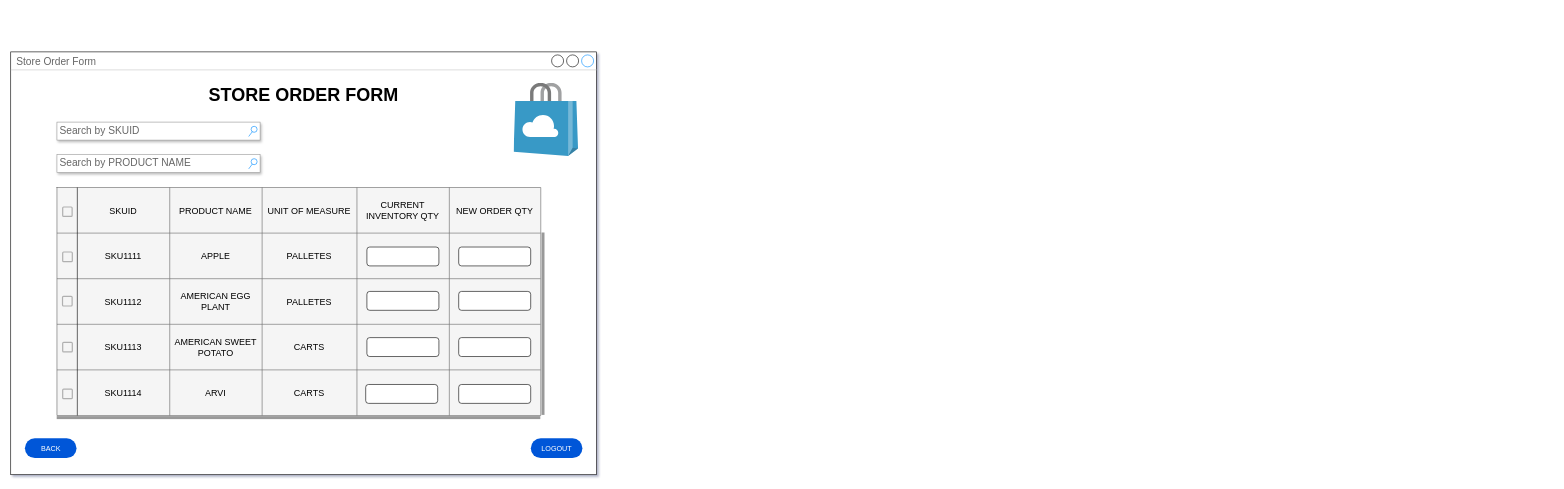
The draw.io diagram Untitled Diagram.drawio in nahorh/grocery_wireframes, before the edit. Source tidied: cells renumbered, new cells numbered last; positions are measured from the earlier drawing's top-left corner, leaving out a move shared by most shapes. Both pictures are drawn from the tidied source at 60%, with x=0, y=0 at pixel (10, 52).
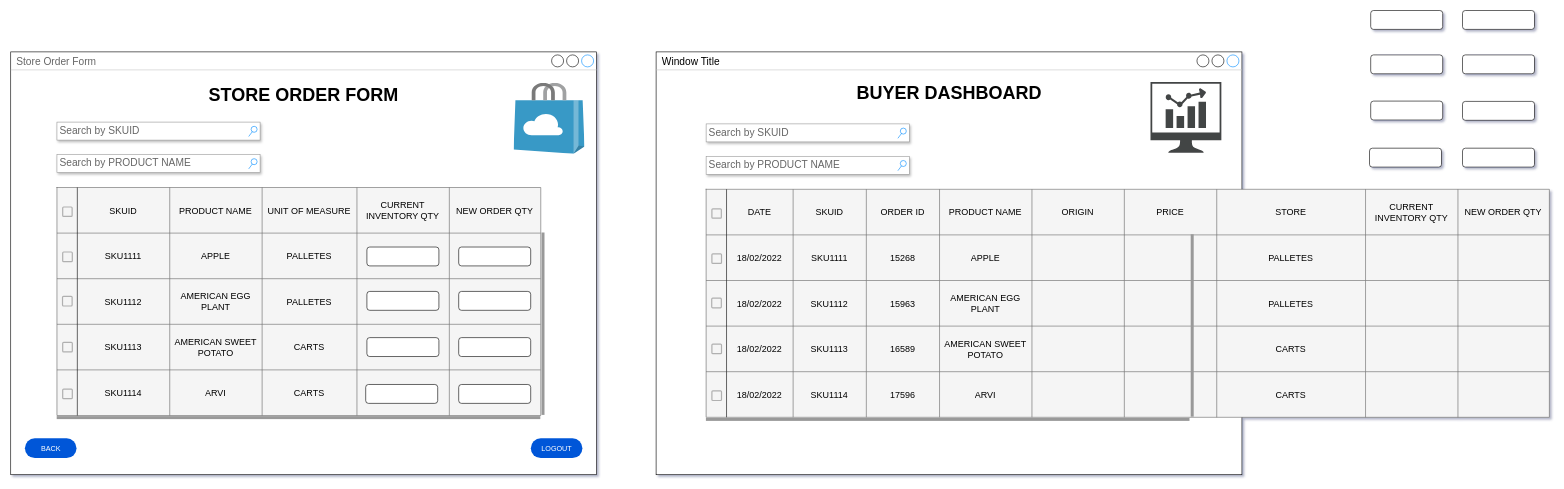
Above is the later version.

The change refers to these unchanged cells:
```xml
<mxCell id="7" style="group;" parent="1" vertex="1">
  <mxGeometry x="77" y="117" width="869.4" height="495" as="geometry" />
</mxCell>
```

Change to the diagram source:
```diff
@@
     <mxCell id="55" style="sketch=0;html=1;align=center;image;fontSize=12;image=img/lib/mscae/Store_Marketplace.svg;rounded=0;shadow=0;fontColor=#0057D8;fillColor=#B3B3B3;gradientColor=none;" parent="7" vertex="1">
-      <mxGeometry x="762" y="-65" width="107.4" height="122" as="geometry" />
+      <mxGeometry x="762" y="-65" width="118.1" height="118.1" as="geometry" />
     </mxCell>
@@
+    <mxCell id="58" value="Window Title" style="strokeWidth=1;shadow=0;dashed=0;align=center;html=1;shape=mxgraph.mockup.containers.window;align=left;verticalAlign=top;spacingLeft=8;strokeColor2=#008cff;strokeColor3=#c4c4c4;mainText=;fontSize=17;labelBackgroundColor=none;rounded=0;sketch=0;" parent="1" vertex="1">
+      <mxGeometry x="1076" width="976.4" height="704.7" as="geometry" />
+    </mxCell>
+    <mxCell id="59" value="&lt;font style=&quot;font-size: 30px&quot;&gt;&lt;b&gt;BUYER DASHBOARD&lt;/b&gt;&lt;/font&gt;" style="text;html=1;strokeColor=none;fillColor=none;align=center;verticalAlign=middle;whiteSpace=wrap;rounded=0;shadow=1;" parent="1" vertex="1">
+      <mxGeometry x="1099.6" y="53" width="929.1" height="30" as="geometry" />
+    </mxCell>
+    <mxCell id="60" style="sketch=0;shadow=0;dashed=0;html=1;strokeColor=none;fillColor=#434445;labelPosition=center;verticalLabelPosition=bottom;verticalAlign=top;align=center;shape=mxgraph.vvd.nsx_dashboard;rounded=0;fontSize=15;fontColor=#0057D8;" parent="1" vertex="1">
+      <mxGeometry x="1900" y="50" width="118.1" height="118.1" as="geometry" />
+    </mxCell>
+    <mxCell id="61" value="Search by SKUID" style="strokeWidth=1;shadow=1;dashed=0;align=center;html=1;shape=mxgraph.mockup.forms.searchBox;strokeColor=#999999;mainText=;strokeColor2=#008cff;fontColor=#666666;fontSize=17;align=left;spacingLeft=3;" parent="1" vertex="1">
+      <mxGeometry x="1159.4" y="120" width="338.6" height="30" as="geometry" />
+    </mxCell>
+    <mxCell id="62" value="Search by PRODUCT NAME" style="strokeWidth=1;shadow=1;dashed=0;align=center;html=1;shape=mxgraph.mockup.forms.searchBox;strokeColor=#999999;mainText=;strokeColor2=#008cff;fontColor=#666666;fontSize=17;align=left;spacingLeft=3;" parent="1" vertex="1">
+      <mxGeometry x="1159.4" y="174" width="338.6" height="30" as="geometry" />
+    </mxCell>
+    <mxCell id="63" style="shape=table;startSize=0;childLayout=tableLayout;fontSize=15;fillColor=#f5f5f5;strokeColor=#666666;fontColor=#333333;rounded=0;" parent="1" vertex="1">
+      <mxGeometry x="1159.4" y="229" width="1405.4" height="380" as="geometry" />
+    </mxCell>
+    <mxCell id="64" style="shape=tableRow;horizontal=0;startSize=34;swimlaneHead=0;swimlaneBody=0;top=0;left=0;bottom=0;right=0;fillColor=none;fontSize=15;" parent="63" vertex="1">
+      <mxGeometry width="1405.4" height="76" as="geometry" />
+    </mxCell>
+    <mxCell id="65" value="DATE" style="shape=partialRectangle;html=1;whiteSpace=wrap;overflow=hidden;fillColor=none;top=0;left=0;bottom=0;right=0;fontSize=15;" parent="64" vertex="1">
+      <mxGeometry x="34" width="111" height="76" as="geometry" />
+    </mxCell>
+    <mxCell id="66" value="SKUID" style="shape=partialRectangle;html=1;whiteSpace=wrap;overflow=hidden;fillColor=none;top=0;left=0;bottom=0;right=0;fontSize=15;" parent="64" vertex="1">
+      <mxGeometry x="145" width="122" height="76" as="geometry" />
+    </mxCell>
+    <mxCell id="67" value="ORDER ID" style="shape=partialRectangle;html=1;whiteSpace=wrap;overflow=hidden;fillColor=none;top=0;left=0;bottom=0;right=0;fontSize=15;" parent="64" vertex="1">
+      <mxGeometry x="267" width="122" height="76" as="geometry" />
+    </mxCell>
+    <mxCell id="68" value="PRODUCT NAME" style="shape=partialRectangle;html=1;whiteSpace=wrap;overflow=hidden;fillColor=none;top=0;left=0;bottom=0;right=0;fontSize=15;" parent="64" vertex="1">
+      <mxGeometry x="389" width="154" height="76" as="geometry" />
+    </mxCell>
+    <mxCell id="69" value="ORIGIN" style="shape=partialRectangle;html=1;whiteSpace=wrap;overflow=hidden;fillColor=none;top=0;left=0;bottom=0;right=0;fontSize=15;" parent="64" vertex="1">
+      <mxGeometry x="543" width="154" height="76" as="geometry" />
+    </mxCell>
+    <mxCell id="70" value="PRICE" style="shape=partialRectangle;html=1;whiteSpace=wrap;overflow=hidden;fillColor=none;top=0;left=0;bottom=0;right=0;fontSize=15;" parent="64" vertex="1">
+      <mxGeometry x="697" width="154" height="76" as="geometry" />
+    </mxCell>
+    <mxCell id="71" value="STORE" style="shape=partialRectangle;html=1;whiteSpace=wrap;overflow=hidden;fillColor=none;top=0;left=0;bottom=0;right=0;fontSize=15;" parent="64" vertex="1">
+      <mxGeometry x="851" width="248" height="76" as="geometry" />
+    </mxCell>
+    <mxCell id="72" value="CURRENT INVENTORY QTY" style="shape=partialRectangle;html=1;whiteSpace=wrap;overflow=hidden;fillColor=none;top=0;left=0;bottom=0;right=0;fontSize=15;" parent="64" vertex="1">
+      <mxGeometry x="1099" width="154" height="76" as="geometry" />
+    </mxCell>
+    <mxCell id="73" value="NEW ORDER QTY" style="shape=partialRectangle;html=1;whiteSpace=wrap;overflow=hidden;fillColor=none;top=0;left=0;bottom=0;right=0;fontSize=15;" parent="64" vertex="1">
+      <mxGeometry x="1253" width="152" height="76" as="geometry" />
+    </mxCell>
+    <mxCell id="74" style="shape=tableRow;horizontal=0;startSize=34;swimlaneHead=0;swimlaneBody=0;top=0;left=0;bottom=0;right=0;fillColor=none;fontSize=15;" parent="63" vertex="1">
+      <mxGeometry y="76" width="1405.4" height="76" as="geometry" />
+    </mxCell>
+    <mxCell id="75" value="18/02/2022" style="shape=partialRectangle;html=1;whiteSpace=wrap;overflow=hidden;fillColor=none;top=0;left=0;bottom=0;right=0;fontSize=15;" parent="74" vertex="1">
+      <mxGeometry x="34" width="111" height="76" as="geometry" />
+    </mxCell>
+    <mxCell id="76" value="SKU1111" style="shape=partialRectangle;html=1;whiteSpace=wrap;overflow=hidden;fillColor=none;top=0;left=0;bottom=0;right=0;fontSize=15;" parent="74" vertex="1">
+      <mxGeometry x="145" width="122" height="76" as="geometry" />
+    </mxCell>
+    <mxCell id="77" value="15268" style="shape=partialRectangle;html=1;whiteSpace=wrap;overflow=hidden;fillColor=none;top=0;left=0;bottom=0;right=0;fontSize=15;" parent="74" vertex="1">
+      <mxGeometry x="267" width="122" height="76" as="geometry" />
+    </mxCell>
+    <mxCell id="78" value="APPLE" style="shape=partialRectangle;html=1;whiteSpace=wrap;overflow=hidden;fillColor=none;top=0;left=0;bottom=0;right=0;fontSize=15;" parent="74" vertex="1">
+      <mxGeometry x="389" width="154" height="76" as="geometry" />
+    </mxCell>
+    <mxCell id="79" style="shape=partialRectangle;html=1;whiteSpace=wrap;overflow=hidden;fillColor=none;top=0;left=0;bottom=0;right=0;fontSize=15;" parent="74" vertex="1">
+      <mxGeometry x="543" width="154" height="76" as="geometry" />
+    </mxCell>
+    <mxCell id="80" style="shape=partialRectangle;html=1;whiteSpace=wrap;overflow=hidden;fillColor=none;top=0;left=0;bottom=0;right=0;fontSize=15;" parent="74" vertex="1">
+      <mxGeometry x="697" width="154" height="76" as="geometry" />
+    </mxCell>
+    <mxCell id="81" value="PALLETES" style="shape=partialRectangle;html=1;whiteSpace=wrap;overflow=hidden;fillColor=none;top=0;left=0;bottom=0;right=0;fontSize=15;" parent="74" vertex="1">
+      <mxGeometry x="851" width="248" height="76" as="geometry" />
+    </mxCell>
+    <mxCell id="82" style="shape=partialRectangle;html=1;whiteSpace=wrap;overflow=hidden;fillColor=none;top=0;left=0;bottom=0;right=0;fontSize=15;" parent="74" vertex="1">
+      <mxGeometry x="1099" width="154" height="76" as="geometry" />
+    </mxCell>
+    <mxCell id="83" style="shape=partialRectangle;html=1;whiteSpace=wrap;overflow=hidden;fillColor=none;top=0;left=0;bottom=0;right=0;fontSize=15;" parent="74" vertex="1">
+      <mxGeometry x="1253" width="152" height="76" as="geometry" />
+    </mxCell>
+    <mxCell id="84" style="shape=tableRow;horizontal=0;startSize=34;swimlaneHead=0;swimlaneBody=0;top=0;left=0;bottom=0;right=0;fillColor=none;fontSize=15;" parent="63" vertex="1">
+      <mxGeometry y="152" width="1405.4" height="76" as="geometry" />
+    </mxCell>
+    <mxCell id="85" value="18/02/2022" style="shape=partialRectangle;html=1;whiteSpace=wrap;overflow=hidden;fillColor=none;top=0;left=0;bottom=0;right=0;fontSize=15;" parent="84" vertex="1">
+      <mxGeometry x="34" width="111" height="76" as="geometry" />
+    </mxCell>
+    <mxCell id="86" value="SKU1112" style="shape=partialRectangle;html=1;whiteSpace=wrap;overflow=hidden;fillColor=none;top=0;left=0;bottom=0;right=0;fontSize=15;" parent="84" vertex="1">
+      <mxGeometry x="145" width="122" height="76" as="geometry" />
+    </mxCell>
+    <mxCell id="87" value="15963" style="shape=partialRectangle;html=1;whiteSpace=wrap;overflow=hidden;fillColor=none;top=0;left=0;bottom=0;right=0;fontSize=15;" parent="84" vertex="1">
+      <mxGeometry x="267" width="122" height="76" as="geometry" />
+    </mxCell>
+    <mxCell id="88" value="AMERICAN EGG PLANT" style="shape=partialRectangle;html=1;whiteSpace=wrap;overflow=hidden;fillColor=none;top=0;left=0;bottom=0;right=0;fontSize=15;" parent="84" vertex="1">
+      <mxGeometry x="389" width="154" height="76" as="geometry" />
+    </mxCell>
+    <mxCell id="89" style="shape=partialRectangle;html=1;whiteSpace=wrap;overflow=hidden;fillColor=none;top=0;left=0;bottom=0;right=0;fontSize=15;" parent="84" vertex="1">
+      <mxGeometry x="543" width="154" height="76" as="geometry" />
+    </mxCell>
+    <mxCell id="90" style="shape=partialRectangle;html=1;whiteSpace=wrap;overflow=hidden;fillColor=none;top=0;left=0;bottom=0;right=0;fontSize=15;" parent="84" vertex="1">
+      <mxGeometry x="697" width="154" height="76" as="geometry" />
+    </mxCell>
+    <mxCell id="91" value="PALLETES" style="shape=partialRectangle;html=1;whiteSpace=wrap;overflow=hidden;fillColor=none;top=0;left=0;bottom=0;right=0;fontSize=15;" parent="84" vertex="1">
+      <mxGeometry x="851" width="248" height="76" as="geometry" />
+    </mxCell>
+    <mxCell id="92" style="shape=partialRectangle;html=1;whiteSpace=wrap;overflow=hidden;fillColor=none;top=0;left=0;bottom=0;right=0;fontSize=15;" parent="84" vertex="1">
+      <mxGeometry x="1099" width="154" height="76" as="geometry" />
+    </mxCell>
+    <mxCell id="93" style="shape=partialRectangle;html=1;whiteSpace=wrap;overflow=hidden;fillColor=none;top=0;left=0;bottom=0;right=0;fontSize=15;" parent="84" vertex="1">
+      <mxGeometry x="1253" width="152" height="76" as="geometry" />
+    </mxCell>
+    <mxCell id="94" style="shape=tableRow;horizontal=0;startSize=34;swimlaneHead=0;swimlaneBody=0;top=0;left=0;bottom=0;right=0;fillColor=none;fontSize=15;" parent="63" vertex="1">
+      <mxGeometry y="228" width="1405.4" height="76" as="geometry" />
+    </mxCell>
+    <mxCell id="95" value="&lt;span&gt;18/02/2022&lt;/span&gt;" style="shape=partialRectangle;html=1;whiteSpace=wrap;overflow=hidden;fillColor=none;top=0;left=0;bottom=0;right=0;fontSize=15;" parent="94" vertex="1">
+      <mxGeometry x="34" width="111" height="76" as="geometry" />
+    </mxCell>
+    <mxCell id="96" value="SKU1113" style="shape=partialRectangle;html=1;whiteSpace=wrap;overflow=hidden;fillColor=none;top=0;left=0;bottom=0;right=0;fontSize=15;" parent="94" vertex="1">
+      <mxGeometry x="145" width="122" height="76" as="geometry" />
+    </mxCell>
+    <mxCell id="97" value="16589" style="shape=partialRectangle;html=1;whiteSpace=wrap;overflow=hidden;fillColor=none;top=0;left=0;bottom=0;right=0;fontSize=15;" parent="94" vertex="1">
+      <mxGeometry x="267" width="122" height="76" as="geometry" />
+    </mxCell>
+    <mxCell id="98" value="AMERICAN SWEET POTATO" style="shape=partialRectangle;html=1;whiteSpace=wrap;overflow=hidden;fillColor=none;top=0;left=0;bottom=0;right=0;fontSize=15;" parent="94" vertex="1">
+      <mxGeometry x="389" width="154" height="76" as="geometry" />
+    </mxCell>
+    <mxCell id="99" style="shape=partialRectangle;html=1;whiteSpace=wrap;overflow=hidden;fillColor=none;top=0;left=0;bottom=0;right=0;fontSize=15;" parent="94" vertex="1">
+      <mxGeometry x="543" width="154" height="76" as="geometry" />
+    </mxCell>
+    <mxCell id="100" style="shape=partialRectangle;html=1;whiteSpace=wrap;overflow=hidden;fillColor=none;top=0;left=0;bottom=0;right=0;fontSize=15;" parent="94" vertex="1">
+      <mxGeometry x="697" width="154" height="76" as="geometry" />
+    </mxCell>
+    <mxCell id="101" value="&lt;span&gt;CARTS&lt;/span&gt;" style="shape=partialRectangle;html=1;whiteSpace=wrap;overflow=hidden;fillColor=none;top=0;left=0;bottom=0;right=0;fontSize=15;" parent="94" vertex="1">
+      <mxGeometry x="851" width="248" height="76" as="geometry" />
+    </mxCell>
+    <mxCell id="102" style="shape=partialRectangle;html=1;whiteSpace=wrap;overflow=hidden;fillColor=none;top=0;left=0;bottom=0;right=0;fontSize=15;" parent="94" vertex="1">
+      <mxGeometry x="1099" width="154" height="76" as="geometry" />
+    </mxCell>
+    <mxCell id="103" style="shape=partialRectangle;html=1;whiteSpace=wrap;overflow=hidden;fillColor=none;top=0;left=0;bottom=0;right=0;fontSize=15;" parent="94" vertex="1">
+      <mxGeometry x="1253" width="152" height="76" as="geometry" />
+    </mxCell>
+    <mxCell id="104" style="shape=tableRow;horizontal=0;startSize=34;swimlaneHead=0;swimlaneBody=0;top=0;left=0;bottom=0;right=0;fillColor=none;fontSize=15;" parent="63" vertex="1">
+      <mxGeometry y="304" width="1405.4" height="76" as="geometry" />
+    </mxCell>
+    <mxCell id="105" value="&lt;span&gt;18/02/2022&lt;/span&gt;" style="shape=partialRectangle;html=1;whiteSpace=wrap;overflow=hidden;fillColor=none;top=0;left=0;bottom=0;right=0;fontSize=15;" parent="104" vertex="1">
+      <mxGeometry x="34" width="111" height="76" as="geometry" />
+    </mxCell>
+    <mxCell id="106" value="SKU1114" style="shape=partialRectangle;html=1;whiteSpace=wrap;overflow=hidden;fillColor=none;top=0;left=0;bottom=0;right=0;fontSize=15;" parent="104" vertex="1">
+      <mxGeometry x="145" width="122" height="76" as="geometry" />
+    </mxCell>
+    <mxCell id="107" value="17596" style="shape=partialRectangle;html=1;whiteSpace=wrap;overflow=hidden;fillColor=none;top=0;left=0;bottom=0;right=0;fontSize=15;" parent="104" vertex="1">
+      <mxGeometry x="267" width="122" height="76" as="geometry" />
+    </mxCell>
+    <mxCell id="108" value="ARVI" style="shape=partialRectangle;html=1;whiteSpace=wrap;overflow=hidden;fillColor=none;top=0;left=0;bottom=0;right=0;fontSize=15;" parent="104" vertex="1">
+      <mxGeometry x="389" width="154" height="76" as="geometry" />
+    </mxCell>
+    <mxCell id="109" style="shape=partialRectangle;html=1;whiteSpace=wrap;overflow=hidden;fillColor=none;top=0;left=0;bottom=0;right=0;fontSize=15;" parent="104" vertex="1">
+      <mxGeometry x="543" width="154" height="76" as="geometry" />
+    </mxCell>
+    <mxCell id="110" style="shape=partialRectangle;html=1;whiteSpace=wrap;overflow=hidden;fillColor=none;top=0;left=0;bottom=0;right=0;fontSize=15;" parent="104" vertex="1">
+      <mxGeometry x="697" width="154" height="76" as="geometry" />
+    </mxCell>
+    <mxCell id="111" value="&lt;span&gt;CARTS&lt;/span&gt;" style="shape=partialRectangle;html=1;whiteSpace=wrap;overflow=hidden;fillColor=none;top=0;left=0;bottom=0;right=0;fontSize=15;" parent="104" vertex="1">
+      <mxGeometry x="851" width="248" height="76" as="geometry" />
+    </mxCell>
+    <mxCell id="112" style="shape=partialRectangle;html=1;whiteSpace=wrap;overflow=hidden;fillColor=none;top=0;left=0;bottom=0;right=0;fontSize=15;" parent="104" vertex="1">
+      <mxGeometry x="1099" width="154" height="76" as="geometry" />
+    </mxCell>
+    <mxCell id="113" style="shape=partialRectangle;html=1;whiteSpace=wrap;overflow=hidden;fillColor=none;top=0;left=0;bottom=0;right=0;fontSize=15;" parent="104" vertex="1">
+      <mxGeometry x="1253" width="152" height="76" as="geometry" />
+    </mxCell>
+    <mxCell id="114" style="dashed=0;labelPosition=right;align=left;shape=mxgraph.gmdl.checkbox;strokeColor=#B0B0B0;fillColor=none;strokeWidth=2;sketch=0;" parent="1" vertex="1">
+      <mxGeometry x="1169" y="565" width="16" height="16" as="geometry" />
+    </mxCell>
+    <mxCell id="115" style="dashed=0;labelPosition=right;align=left;shape=mxgraph.gmdl.checkbox;strokeColor=#B0B0B0;fillColor=none;strokeWidth=2;sketch=0;" parent="1" vertex="1">
+      <mxGeometry x="1169" y="487" width="16" height="16" as="geometry" />
+    </mxCell>
+    <mxCell id="116" style="rounded=1;whiteSpace=wrap;html=1;shadow=0;sketch=0;fontSize=15;" parent="1" vertex="1">
+      <mxGeometry x="2265" y="160.5" width="120" height="31.5" as="geometry" />
+    </mxCell>
+    <mxCell id="117" style="rounded=1;whiteSpace=wrap;html=1;shadow=0;sketch=0;fontSize=15;" parent="1" vertex="1">
+      <mxGeometry x="2420" y="160.5" width="120" height="31.5" as="geometry" />
+    </mxCell>
+    <mxCell id="118" style="rounded=1;whiteSpace=wrap;html=1;shadow=0;sketch=0;fontSize=15;" parent="1" vertex="1">
+      <mxGeometry x="2420" y="82.5" width="120" height="31.5" as="geometry" />
+    </mxCell>
+    <mxCell id="119" style="strokeWidth=1;html=1;shadow=0;dashed=0;shape=mxgraph.android.scrollbars2;fillColor=#999999;strokeColor=none;rounded=0;sketch=0;fontSize=15;" parent="1" vertex="1">
+      <mxGeometry x="1159" y="304" width="813" height="311" as="geometry" />
+    </mxCell>
+    <mxCell id="120" style="dashed=0;labelPosition=right;align=left;shape=mxgraph.gmdl.checkbox;strokeColor=#B0B0B0;fillColor=none;strokeWidth=2;sketch=0;" parent="1" vertex="1">
+      <mxGeometry x="1169" y="261.5" width="15.7" height="15.7" as="geometry" />
+    </mxCell>
+    <mxCell id="121" style="dashed=0;labelPosition=right;align=left;shape=mxgraph.gmdl.checkbox;strokeColor=#B0B0B0;fillColor=none;strokeWidth=2;sketch=0;" parent="1" vertex="1">
+      <mxGeometry x="1169" y="336.5" width="16" height="16" as="geometry" />
+    </mxCell>
+    <mxCell id="122" style="dashed=0;labelPosition=right;align=left;shape=mxgraph.gmdl.checkbox;strokeColor=#B0B0B0;fillColor=none;strokeWidth=2;sketch=0;" parent="1" vertex="1">
+      <mxGeometry x="1168.7" y="410.5" width="16" height="16" as="geometry" />
+    </mxCell>
+    <mxCell id="123" style="rounded=1;whiteSpace=wrap;html=1;shadow=0;sketch=0;fontSize=15;" parent="1" vertex="1">
+      <mxGeometry x="2420" y="-69" width="120" height="31.5" as="geometry" />
+    </mxCell>
+    <mxCell id="124" style="rounded=1;whiteSpace=wrap;html=1;shadow=0;sketch=0;fontSize=15;" parent="1" vertex="1">
+      <mxGeometry x="2267" y="-69" width="120" height="31.5" as="geometry" />
+    </mxCell>
+    <mxCell id="125" style="rounded=1;whiteSpace=wrap;html=1;shadow=0;sketch=0;fontSize=15;" parent="1" vertex="1">
+      <mxGeometry x="2267" y="5" width="120" height="31.5" as="geometry" />
+    </mxCell>
+    <mxCell id="126" style="rounded=1;whiteSpace=wrap;html=1;shadow=0;sketch=0;fontSize=15;" parent="1" vertex="1">
+      <mxGeometry x="2267" y="82" width="120" height="31.5" as="geometry" />
+    </mxCell>
+    <mxCell id="127" style="rounded=1;whiteSpace=wrap;html=1;shadow=0;sketch=0;fontSize=15;" parent="1" vertex="1">
+      <mxGeometry x="2420" y="5" width="120" height="31.5" as="geometry" />
+    </mxCell>
```
